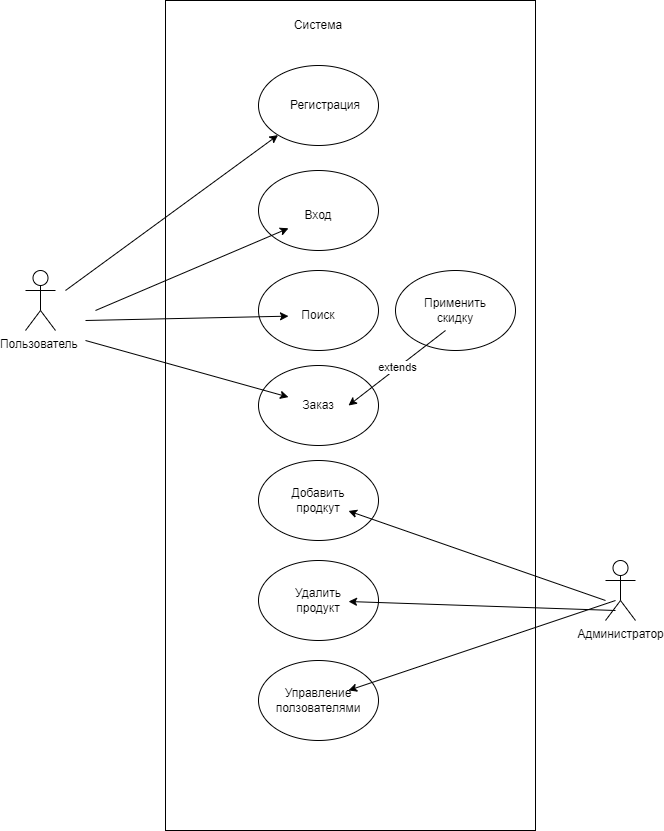
Earlier version of the draw.io export src/com/barloyalty/use_case.png (Nusha/Architecture.Homework8). Source tidied: cells renumbered, new cells last; positions are measured from the earlier drawing's top-left corner, leaving out a move shared by most shapes. Its diagram source:
```xml
<mxGraphModel>
  <root>
    <mxCell id="0" />
    <mxCell id="1" parent="0" />
    <mxCell id="2" value="Пользователь&amp;nbsp;" style="shape=umlActor;verticalLabelPosition=bottom;verticalAlign=top;html=1;" parent="1" vertex="1">
      <mxGeometry y="270" width="30" height="60" as="geometry" />
    </mxCell>
    <mxCell id="3" style="rounded=0;whiteSpace=wrap;html=1;" parent="1" vertex="1">
      <mxGeometry x="140" width="370" height="830" as="geometry" />
    </mxCell>
    <mxCell id="4" value="Система" style="text;html=1;strokeColor=none;fillColor=none;align=center;verticalAlign=middle;whiteSpace=wrap;rounded=0;" parent="1" vertex="1">
      <mxGeometry x="263" y="10" width="60" height="30" as="geometry" />
    </mxCell>
    <mxCell id="5" style="ellipse;whiteSpace=wrap;html=1;" parent="1" vertex="1">
      <mxGeometry x="233" y="65" width="120" height="80" as="geometry" />
    </mxCell>
    <mxCell id="6" value="Регистрация" style="text;html=1;strokeColor=none;fillColor=none;align=center;verticalAlign=middle;whiteSpace=wrap;rounded=0;" parent="1" vertex="1">
      <mxGeometry x="270" y="90" width="60" height="30" as="geometry" />
    </mxCell>
    <mxCell id="7" style="ellipse;whiteSpace=wrap;html=1;" parent="1" vertex="1">
      <mxGeometry x="233" y="170" width="120" height="80" as="geometry" />
    </mxCell>
    <mxCell id="8" value="Вход" style="text;html=1;strokeColor=none;fillColor=none;align=center;verticalAlign=middle;whiteSpace=wrap;rounded=0;" parent="1" vertex="1">
      <mxGeometry x="263" y="200" width="60" height="30" as="geometry" />
    </mxCell>
    <mxCell id="9" style="ellipse;whiteSpace=wrap;html=1;" parent="1" vertex="1">
      <mxGeometry x="233" y="270" width="120" height="80" as="geometry" />
    </mxCell>
    <mxCell id="10" value="Поиск" style="text;html=1;strokeColor=none;fillColor=none;align=center;verticalAlign=middle;whiteSpace=wrap;rounded=0;" parent="1" vertex="1">
      <mxGeometry x="263" y="300" width="60" height="30" as="geometry" />
    </mxCell>
    <mxCell id="11" style="ellipse;whiteSpace=wrap;html=1;" parent="1" vertex="1">
      <mxGeometry x="233" y="365" width="120" height="80" as="geometry" />
    </mxCell>
    <mxCell id="12" value="Заказ" style="text;html=1;strokeColor=none;fillColor=none;align=center;verticalAlign=middle;whiteSpace=wrap;rounded=0;" parent="1" vertex="1">
      <mxGeometry x="263" y="390" width="60" height="30" as="geometry" />
    </mxCell>
    <mxCell id="13" style="ellipse;whiteSpace=wrap;html=1;" parent="1" vertex="1">
      <mxGeometry x="233" y="460" width="120" height="80" as="geometry" />
    </mxCell>
    <mxCell id="14" value="Добавить продкут" style="text;html=1;strokeColor=none;fillColor=none;align=center;verticalAlign=middle;whiteSpace=wrap;rounded=0;" parent="1" vertex="1">
      <mxGeometry x="263" y="485" width="60" height="30" as="geometry" />
    </mxCell>
    <mxCell id="15" style="ellipse;whiteSpace=wrap;html=1;" parent="1" vertex="1">
      <mxGeometry x="233" y="560" width="120" height="80" as="geometry" />
    </mxCell>
    <mxCell id="16" value="Удалить продукт" style="text;html=1;strokeColor=none;fillColor=none;align=center;verticalAlign=middle;whiteSpace=wrap;rounded=0;" parent="1" vertex="1">
      <mxGeometry x="263" y="585" width="60" height="30" as="geometry" />
    </mxCell>
    <mxCell id="17" style="ellipse;whiteSpace=wrap;html=1;" parent="1" vertex="1">
      <mxGeometry x="233" y="660" width="120" height="80" as="geometry" />
    </mxCell>
    <mxCell id="18" value="Управление ползователями" style="text;html=1;strokeColor=none;fillColor=none;align=center;verticalAlign=middle;whiteSpace=wrap;rounded=0;" parent="1" vertex="1">
      <mxGeometry x="263" y="685" width="60" height="30" as="geometry" />
    </mxCell>
    <mxCell id="19" value="Администратор&lt;br&gt;" style="shape=umlActor;verticalLabelPosition=bottom;verticalAlign=top;html=1;" parent="1" vertex="1">
      <mxGeometry x="580" y="560" width="30" height="60" as="geometry" />
    </mxCell>
    <mxCell id="20" style="endArrow=classic;html=1;rounded=0;" parent="1" edge="1" target="5">
      <mxGeometry relative="1" as="geometry">
        <mxPoint x="40" y="290" as="sourcePoint" />
      </mxGeometry>
    </mxCell>
    <mxCell id="21" style="endArrow=classic;html=1;rounded=0;" parent="1" edge="1" target="8">
      <mxGeometry relative="1" as="geometry">
        <mxPoint x="70" y="310" as="sourcePoint" />
      </mxGeometry>
    </mxCell>
    <mxCell id="22" style="endArrow=classic;html=1;rounded=0;" parent="1" edge="1" target="10">
      <mxGeometry relative="1" as="geometry">
        <mxPoint x="60" y="320" as="sourcePoint" />
      </mxGeometry>
    </mxCell>
    <mxCell id="23" style="endArrow=classic;html=1;rounded=0;" parent="1" edge="1" target="12">
      <mxGeometry relative="1" as="geometry">
        <mxPoint x="60" y="340" as="sourcePoint" />
      </mxGeometry>
    </mxCell>
    <mxCell id="24" style="endArrow=classic;html=1;rounded=0;" parent="1" edge="1" target="14">
      <mxGeometry relative="1" as="geometry">
        <mxPoint x="580" y="600" as="sourcePoint" />
      </mxGeometry>
    </mxCell>
    <mxCell id="25" style="endArrow=classic;html=1;rounded=0;" parent="1" edge="1" target="16">
      <mxGeometry relative="1" as="geometry">
        <mxPoint x="590" y="610" as="sourcePoint" />
      </mxGeometry>
    </mxCell>
    <mxCell id="26" style="endArrow=classic;html=1;rounded=0;" parent="1" edge="1" target="18">
      <mxGeometry relative="1" as="geometry">
        <mxPoint x="590" y="600" as="sourcePoint" />
      </mxGeometry>
    </mxCell>
    <mxCell id="27" style="ellipse;whiteSpace=wrap;html=1;" parent="1" vertex="1">
      <mxGeometry x="370" y="270" width="120" height="80" as="geometry" />
    </mxCell>
    <mxCell id="28" value="Применить&lt;br&gt;скидку" style="text;html=1;strokeColor=none;fillColor=none;align=center;verticalAlign=middle;whiteSpace=wrap;rounded=0;" parent="1" vertex="1">
      <mxGeometry x="400" y="295" width="60" height="30" as="geometry" />
    </mxCell>
    <mxCell id="29" value="extends" style="endArrow=classic;html=1;rounded=0;entryX=1;entryY=0.5;entryDx=0;entryDy=0;" parent="1" edge="1" target="12">
      <mxGeometry relative="1" as="geometry">
        <mxPoint x="420" y="330" as="sourcePoint" />
      </mxGeometry>
    </mxCell>
  </root>
</mxGraphModel>
```
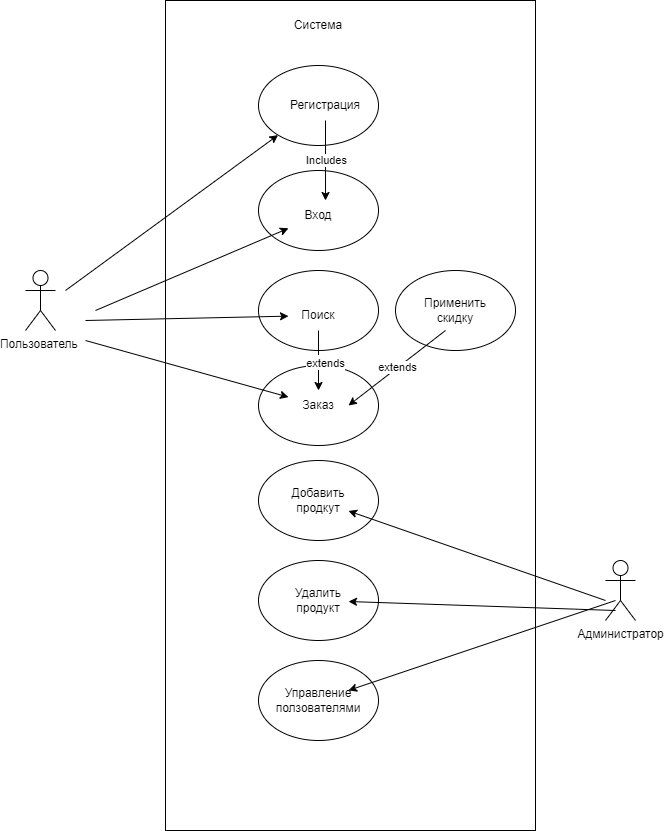
The same diagram one commit later.

What changed in the source:
```diff
@@ -102,5 +102,20 @@
         <mxPoint x="420" y="330" as="sourcePoint" />
       </mxGeometry>
     </mxCell>
+    <mxCell id="30" style="endArrow=classic;html=1;rounded=0;entryX=0.617;entryY=0;entryDx=0;entryDy=0;entryPerimeter=0;" parent="1" edge="1" source="6" target="8">
+      <mxGeometry relative="1" as="geometry" />
+    </mxCell>
+    <mxCell id="31" value="Includes" style="edgeLabel;html=1;align=center;verticalAlign=middle;" parent="30" vertex="1">
+      <mxGeometry relative="1" as="geometry" />
+    </mxCell>
+    <mxCell id="32" style="endArrow=classic;html=1;rounded=0;entryX=0.5;entryY=0;entryDx=0;entryDy=0;" parent="1" edge="1" source="10" target="12">
+      <mxGeometry relative="1" as="geometry" />
+    </mxCell>
+    <mxCell id="33" value="Label" style="edgeLabel;html=1;align=center;verticalAlign=middle;" parent="32" vertex="1">
+      <mxGeometry relative="1" as="geometry" />
+    </mxCell>
+    <mxCell id="34" value="extends" style="edgeLabel;html=1;align=center;verticalAlign=middle;" parent="32" vertex="1">
+      <mxGeometry x="0.07" y="6" relative="1" as="geometry" />
+    </mxCell>
   </root>
 </mxGraphModel>
```
